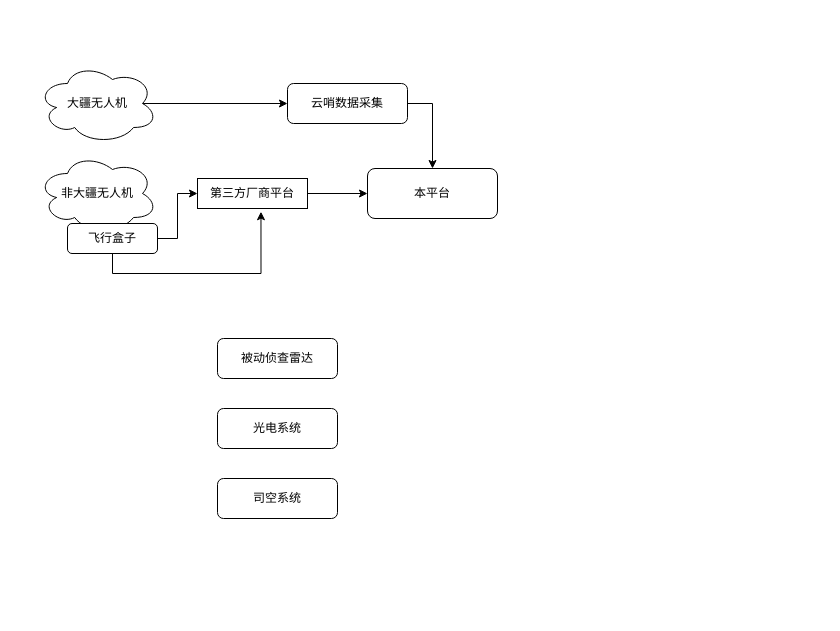
This is 无人机.drawio from JefferNew/data2wisdom, a draw.io file, before an edit. Source tidied: cells renumbered, new cells numbered last; positions are measured from the earlier drawing's top-left corner, leaving out a move shared by most shapes. Both pictures are drawn from the tidied source at 100%, with x=0, y=0 at pixel (37, 63).
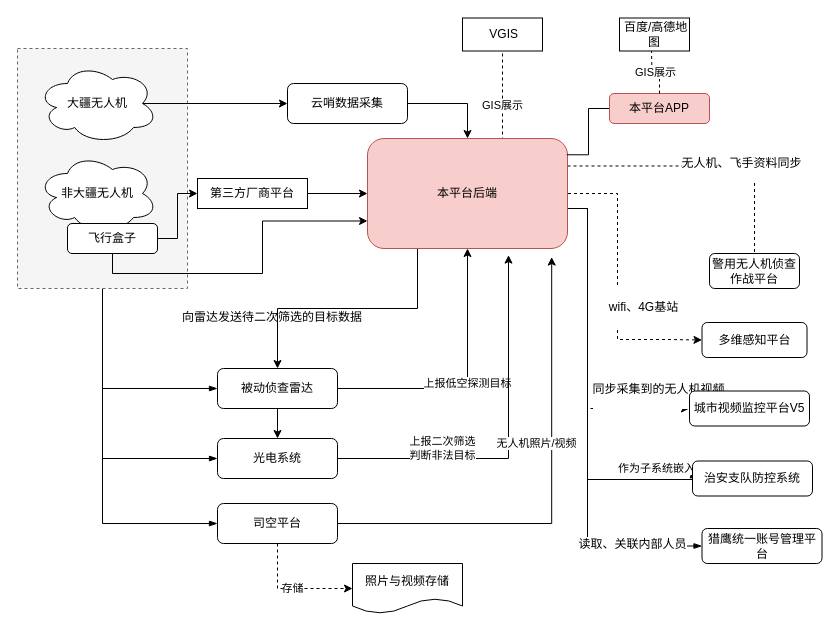
The same diagram, later.

The change refers to these unchanged cells:
```xml
<mxCell id="12" value="飞行盒子" style="rounded=1;whiteSpace=wrap;html=1;" parent="1" vertex="1">
  <mxGeometry x="30" y="160" width="90" height="30" as="geometry" />
</mxCell>
<mxCell id="15" value="第三方厂商平台" style="rounded=0;whiteSpace=wrap;html=1;" parent="1" vertex="1">
  <mxGeometry x="160" y="115" width="110" height="30" as="geometry" />
</mxCell>
```

Diff of the diagram source:
```diff
@@
+    <mxCell id="16" style="edgeStyle=orthogonalEdgeStyle;rounded=0;jettySize=auto;html=1;exitX=0.5;exitY=1;exitDx=0;exitDy=0;entryX=0;entryY=0.5;entryDx=0;entryDy=0;endArrow=blockThin;endFill=1;" parent="1" edge="1" source="19" target="6">
+      <mxGeometry relative="1" as="geometry" />
+    </mxCell>
+    <mxCell id="17" style="edgeStyle=orthogonalEdgeStyle;rounded=0;jettySize=auto;html=1;exitX=0.5;exitY=1;exitDx=0;exitDy=0;entryX=0;entryY=0.5;entryDx=0;entryDy=0;endArrow=blockThin;endFill=1;" parent="1" edge="1" source="19" target="7">
+      <mxGeometry relative="1" as="geometry" />
+    </mxCell>
+    <mxCell id="18" style="edgeStyle=orthogonalEdgeStyle;rounded=0;jettySize=auto;html=1;exitX=0.5;exitY=1;exitDx=0;exitDy=0;entryX=0;entryY=0.5;entryDx=0;entryDy=0;endArrow=blockThin;endFill=1;" parent="1" edge="1" source="19" target="8">
+      <mxGeometry relative="1" as="geometry" />
+    </mxCell>
+    <mxCell id="19" style="rounded=0;whiteSpace=wrap;html=1;dashed=1;fillColor=#f5f5f5;strokeColor=#666666;fontColor=#333333;" parent="1" vertex="1">
+      <mxGeometry x="-20" y="-15" width="170" height="240" as="geometry" />
+    </mxCell>
@@
+    <mxCell id="20" value="上报低空探测目标" style="edgeStyle=orthogonalEdgeStyle;rounded=0;jettySize=auto;html=1;entryX=0.5;entryY=1;entryDx=0;entryDy=0;" parent="1" edge="1" source="6" target="13">
+      <mxGeometry relative="1" as="geometry" />
+    </mxCell>
+    <mxCell id="21" style="edgeStyle=orthogonalEdgeStyle;rounded=0;jettySize=auto;html=1;exitX=0.5;exitY=1;exitDx=0;exitDy=0;entryX=0.5;entryY=0;entryDx=0;entryDy=0;" parent="1" edge="1" source="6" target="7">
+      <mxGeometry relative="1" as="geometry" />
+    </mxCell>
     <mxCell id="6" value="被动侦查雷达" style="rounded=1;whiteSpace=wrap;html=1;" parent="1" vertex="1">
-      <mxGeometry x="180" y="275" width="120" height="40" as="geometry" />
+      <mxGeometry x="180" y="305" width="120" height="40" as="geometry" />
     </mxCell>
+    <mxCell id="22" value="上报二次筛选&lt;br&gt;判断非法目标" style="edgeStyle=orthogonalEdgeStyle;rounded=0;jettySize=auto;html=1;exitX=1;exitY=0.5;exitDx=0;exitDy=0;entryX=0.705;entryY=1.06;entryDx=0;entryDy=0;entryPerimeter=0;" parent="1" edge="1" source="7" target="13">
+      <mxGeometry x="-0.44" y="10" relative="1" as="geometry" />
+    </mxCell>
     <mxCell id="7" value="光电系统" style="rounded=1;whiteSpace=wrap;html=1;" parent="1" vertex="1">
-      <mxGeometry x="180" y="345" width="120" height="40" as="geometry" />
+      <mxGeometry x="180" y="375" width="120" height="40" as="geometry" />
     </mxCell>
+    <mxCell id="23" value="无人机照片/视频" style="edgeStyle=orthogonalEdgeStyle;rounded=0;jettySize=auto;html=1;exitX=1;exitY=0.5;exitDx=0;exitDy=0;entryX=0.921;entryY=1.078;entryDx=0;entryDy=0;entryPerimeter=0;" parent="1" edge="1" source="8" target="13">
+      <mxGeometry x="-0.34" y="40" relative="1" as="geometry">
+        <mxPoint x="40" y="-40" as="offset" />
+      </mxGeometry>
+    </mxCell>
+    <mxCell id="24" value="存储" style="edgeStyle=orthogonalEdgeStyle;rounded=0;jettySize=auto;html=1;exitX=0.5;exitY=1;exitDx=0;exitDy=0;entryX=0;entryY=0.5;entryDx=0;entryDy=0;dashed=1;" parent="1" edge="1" source="8" target="37">
+      <mxGeometry relative="1" as="geometry" />
+    </mxCell>
-    <mxCell id="8" value="司空系统" style="rounded=1;whiteSpace=wrap;html=1;" parent="1" vertex="1">
-      <mxGeometry x="180" y="415" width="120" height="40" as="geometry" />
+    <mxCell id="8" value="司空平台" style="rounded=1;whiteSpace=wrap;html=1;" parent="1" vertex="1">
+      <mxGeometry x="180" y="440" width="120" height="40" as="geometry" />
     </mxCell>
@@
-    <mxCell id="11" style="edgeStyle=orthogonalEdgeStyle;rounded=0;jettySize=auto;html=1;exitX=0.5;exitY=1;exitDx=0;exitDy=0;entryX=0.577;entryY=1.107;entryDx=0;entryDy=0;entryPerimeter=0;" parent="1" edge="1" source="12" target="15">
+    <mxCell id="11" style="edgeStyle=orthogonalEdgeStyle;rounded=0;jettySize=auto;html=1;exitX=0.5;exitY=1;exitDx=0;exitDy=0;entryX=0;entryY=0.75;entryDx=0;entryDy=0;" parent="1" edge="1" source="12" target="13">
       <mxGeometry relative="1" as="geometry" />
     </mxCell>
@@
+    <mxCell id="25" style="edgeStyle=orthogonalEdgeStyle;rounded=0;jettySize=auto;html=1;exitX=0.25;exitY=1;exitDx=0;exitDy=0;entryX=0.5;entryY=0;entryDx=0;entryDy=0;" parent="1" edge="1" source="13" target="6">
+      <mxGeometry relative="1" as="geometry" />
+    </mxCell>
+    <mxCell id="26" style="edgeStyle=orthogonalEdgeStyle;rounded=0;jettySize=auto;html=1;exitX=1;exitY=0.5;exitDx=0;exitDy=0;entryX=0;entryY=0.5;entryDx=0;entryDy=0;dashed=1;" parent="1" edge="1" source="13" target="38">
+      <mxGeometry relative="1" as="geometry">
+        <Array as="points">
+          <mxPoint x="520" y="145" />
+          <mxPoint x="550" y="145" />
+          <mxPoint x="550" y="345" />
+        </Array>
+      </mxGeometry>
+    </mxCell>
+    <mxCell id="27" value="&lt;p&gt;&lt;span&gt;&lt;font face=&quot;宋体&quot;&gt;同步采集到的无人机视频&lt;/font&gt;&lt;/span&gt;&lt;/p&gt;" style="text;html=1;align=center;verticalAlign=middle;labelBackgroundColor=#ffffff;" parent="26" vertex="1">
+      <mxGeometry x="0.2" y="-1" relative="1" as="geometry">
+        <mxPoint x="71" y="21" as="offset" />
+      </mxGeometry>
+    </mxCell>
+    <mxCell id="28" style="edgeStyle=orthogonalEdgeStyle;rounded=0;jettySize=auto;html=1;exitX=1;exitY=0.25;exitDx=0;exitDy=0;dashed=1;entryX=0;entryY=0.5;entryDx=0;entryDy=0;" parent="1" edge="1" source="13" target="43">
+      <mxGeometry relative="1" as="geometry">
+        <Array as="points">
+          <mxPoint x="520" y="130" />
+          <mxPoint x="580" y="130" />
+          <mxPoint x="580" y="276" />
+          <mxPoint x="630" y="276" />
+          <mxPoint x="630" y="277" />
+        </Array>
+      </mxGeometry>
+    </mxCell>
+    <mxCell id="29" value="&lt;p&gt;&lt;span&gt;w&lt;/span&gt;&lt;span&gt;ifi&lt;/span&gt;&lt;span&gt;&lt;font face=&quot;宋体&quot;&gt;、&lt;/font&gt;4&lt;/span&gt;&lt;span&gt;G&lt;/span&gt;&lt;span&gt;&lt;font face=&quot;宋体&quot;&gt;基站&lt;/font&gt;&lt;/span&gt;&lt;/p&gt;" style="text;html=1;align=center;verticalAlign=middle;labelBackgroundColor=#ffffff;" parent="28" vertex="1">
+      <mxGeometry x="0.5" y="2" relative="1" as="geometry">
+        <mxPoint x="23" y="-31" as="offset" />
+      </mxGeometry>
+    </mxCell>
+    <mxCell id="30" value="GIS展示" style="edgeStyle=orthogonalEdgeStyle;rounded=0;orthogonalLoop=1;jettySize=auto;html=1;dashed=1;endArrow=none;endFill=0;" parent="1" edge="1">
+      <mxGeometry relative="1" as="geometry">
+        <mxPoint x="465" y="95" as="sourcePoint" />
+        <mxPoint x="465" y="-10" as="targetPoint" />
+      </mxGeometry>
+    </mxCell>
+    <mxCell id="31" style="edgeStyle=orthogonalEdgeStyle;rounded=0;jettySize=auto;html=1;exitX=1;exitY=0.25;exitDx=0;exitDy=0;dashed=1;endArrow=none;endFill=0;" parent="1" edge="1" source="13" target="44">
+      <mxGeometry relative="1" as="geometry" />
+    </mxCell>
+    <mxCell id="32" value="&lt;p&gt;&lt;span&gt;&lt;font face=&quot;宋体&quot;&gt;无人机、飞手资料同步&lt;/font&gt;&lt;/span&gt;&lt;/p&gt;" style="text;html=1;align=center;verticalAlign=middle;labelBackgroundColor=#ffffff;" parent="31" vertex="1">
+      <mxGeometry x="0.26" y="3" relative="1" as="geometry" />
+    </mxCell>
+    <mxCell id="33" value="作为子系统嵌入" style="edgeStyle=orthogonalEdgeStyle;rounded=0;jettySize=auto;html=1;exitX=1;exitY=0.75;exitDx=0;exitDy=0;entryX=0;entryY=0.25;entryDx=0;entryDy=0;endArrow=blockThin;endFill=1;" parent="1" edge="1" source="13" target="45">
+      <mxGeometry x="0.78" y="11" relative="1" as="geometry">
+        <Array as="points">
+          <mxPoint x="550" y="145" />
+          <mxPoint x="550" y="416" />
+        </Array>
+      </mxGeometry>
+    </mxCell>
+    <mxCell id="34" style="edgeStyle=orthogonalEdgeStyle;rounded=0;jettySize=auto;html=1;exitX=1;exitY=0.75;exitDx=0;exitDy=0;entryX=0;entryY=0.5;entryDx=0;entryDy=0;endArrow=blockThin;endFill=1;" parent="1" edge="1" source="13" target="46">
+      <mxGeometry relative="1" as="geometry">
+        <Array as="points">
+          <mxPoint x="550" y="145" />
+          <mxPoint x="550" y="483" />
+        </Array>
+      </mxGeometry>
+    </mxCell>
+    <mxCell id="35" value="读取、关联内部人员" style="text;html=1;align=center;verticalAlign=middle;labelBackgroundColor=#ffffff;" parent="34" vertex="1">
+      <mxGeometry x="0.71" y="2" relative="1" as="geometry" />
+    </mxCell>
-    <mxCell id="13" value="本平台" style="rounded=1;whiteSpace=wrap;html=1;" parent="1" vertex="1">
-      <mxGeometry x="330" y="105" width="130" height="50" as="geometry" />
+    <mxCell id="13" value="本平台后端" style="rounded=1;whiteSpace=wrap;html=1;fillColor=#f8cecc;strokeColor=#b85450;labelPosition=center;verticalLabelPosition=middle;align=center;verticalAlign=middle;" parent="1" vertex="1">
+      <mxGeometry x="330" y="75" width="200" height="110" as="geometry" />
     </mxCell>
@@
+    <mxCell id="36" value="向雷达发送待二次筛选的目标数据" style="text;html=1;" parent="1" vertex="1">
+      <mxGeometry x="143" y="240" width="210" height="30" as="geometry" />
+    </mxCell>
+    <mxCell id="37" value="照片与视频存储" style="shape=document;whiteSpace=wrap;html=1;boundedLbl=1;" parent="1" vertex="1">
+      <mxGeometry x="315" y="500" width="110" height="50" as="geometry" />
+    </mxCell>
+    <mxCell id="38" value="&lt;p&gt;&lt;span&gt;&lt;font face=&quot;宋体&quot;&gt;城市视频监控平台&lt;/font&gt;V&lt;/span&gt;&lt;span&gt;5&lt;/span&gt;&lt;/p&gt;" style="rounded=1;whiteSpace=wrap;html=1;" parent="1" vertex="1">
+      <mxGeometry x="652" y="327.5" width="120" height="35" as="geometry" />
+    </mxCell>
+    <mxCell id="39" value="&amp;nbsp;VGIS" style="rounded=0;whiteSpace=wrap;html=1;" parent="1" vertex="1">
+      <mxGeometry x="425" y="-45.5" width="80" height="33" as="geometry" />
+    </mxCell>
+    <mxCell id="40" style="edgeStyle=orthogonalEdgeStyle;rounded=0;jettySize=auto;html=1;exitX=0;exitY=0.5;exitDx=0;exitDy=0;entryX=0.997;entryY=0.148;entryDx=0;entryDy=0;entryPerimeter=0;endArrow=none;endFill=0;" parent="1" edge="1" source="41" target="13">
+      <mxGeometry relative="1" as="geometry" />
+    </mxCell>
+    <mxCell id="41" value="本平台APP" style="rounded=1;whiteSpace=wrap;html=1;fillColor=#f8cecc;strokeColor=#b85450;" parent="1" vertex="1">
+      <mxGeometry x="572" y="30" width="100" height="30" as="geometry" />
+    </mxCell>
+    <mxCell id="42" value="&amp;nbsp;百度/高德地图" style="rounded=0;whiteSpace=wrap;html=1;" parent="1" vertex="1">
+      <mxGeometry x="582" y="-45.5" width="70" height="33" as="geometry" />
+    </mxCell>
+    <mxCell id="43" value="&lt;p&gt;&lt;span&gt;&lt;font face=&quot;宋体&quot;&gt;多维感知平台&lt;/font&gt;&lt;/span&gt;&lt;/p&gt;" style="rounded=1;whiteSpace=wrap;html=1;" parent="1" vertex="1">
+      <mxGeometry x="664.5" y="259" width="105" height="35" as="geometry" />
+    </mxCell>
+    <mxCell id="44" value="&lt;p&gt;&lt;span&gt;&lt;font face=&quot;宋体&quot;&gt;警用无人机侦查作战平台&lt;/font&gt;&lt;/span&gt;&lt;/p&gt;" style="rounded=1;whiteSpace=wrap;html=1;" parent="1" vertex="1">
+      <mxGeometry x="672" y="190" width="90" height="35" as="geometry" />
+    </mxCell>
+    <mxCell id="45" value="&lt;p&gt;&lt;span&gt;&lt;font face=&quot;宋体&quot;&gt;治安支队防控系统&lt;/font&gt;&lt;/span&gt;&lt;/p&gt;" style="rounded=1;whiteSpace=wrap;html=1;" parent="1" vertex="1">
+      <mxGeometry x="655" y="397.5" width="120" height="35" as="geometry" />
+    </mxCell>
+    <mxCell id="46" value="&lt;p&gt;&lt;span&gt;&lt;font face=&quot;宋体&quot;&gt;猎鹰统一账号管理平台&lt;/font&gt;&lt;/span&gt;&lt;/p&gt;" style="rounded=1;whiteSpace=wrap;html=1;" parent="1" vertex="1">
+      <mxGeometry x="664.5" y="465" width="120" height="35" as="geometry" />
+    </mxCell>
+    <mxCell id="47" value="GIS展示" style="edgeStyle=orthogonalEdgeStyle;rounded=0;jettySize=auto;html=1;dashed=1;endArrow=none;endFill=0;exitX=0.5;exitY=0;exitDx=0;exitDy=0;" parent="1" edge="1" source="41">
+      <mxGeometry relative="1" as="geometry">
+        <mxPoint x="614" y="-12.5" as="targetPoint" />
+      </mxGeometry>
+    </mxCell>
```
